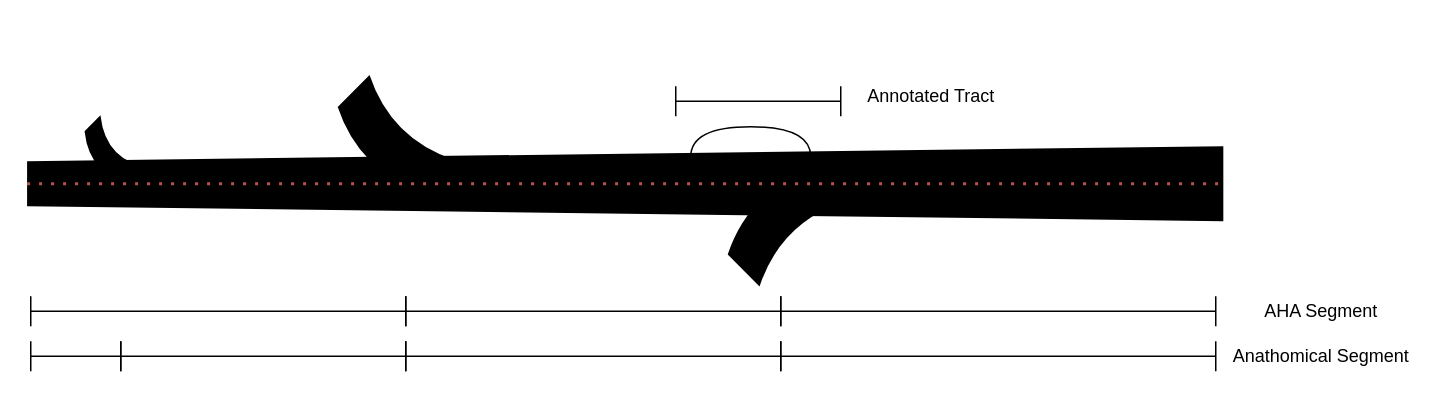
marioviti/Graphs keeps this draw.io diagram as Untitled Diagram.drawio. Above is the earlier version. Source tidied: cells renumbered, new cells numbered last; positions are measured from the earlier drawing's top-left corner, leaving out a move shared by most shapes. Both pictures are drawn from the tidied source at 150%, with x=0, y=0 at pixel (27, -416).
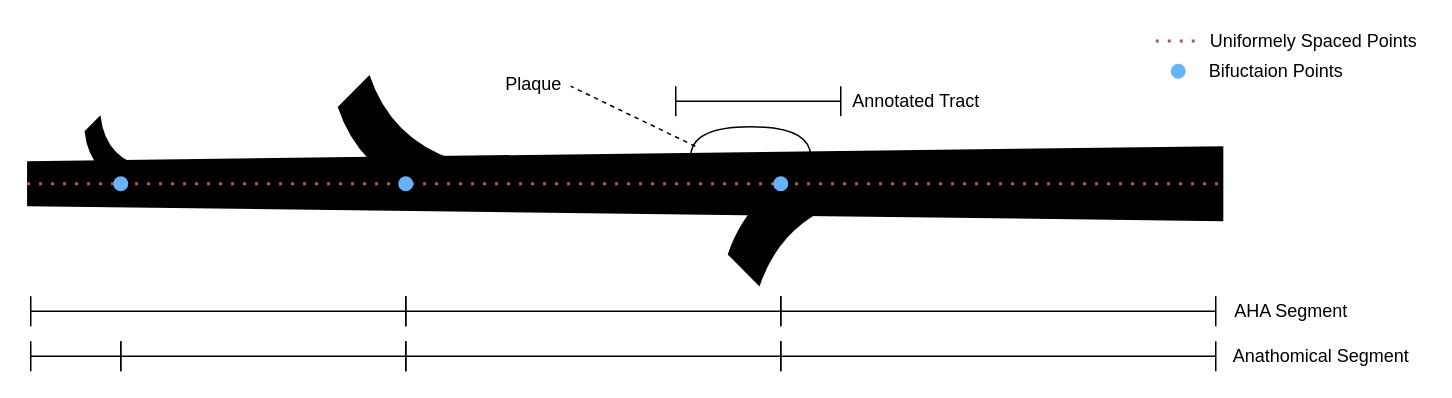
Above is the later version.

The change refers to these unchanged cells:
```xml
<mxCell id="4" style="shape=or;whiteSpace=wrap;html=1;rotation=-90;" parent="1" vertex="1">
  <mxGeometry x="472" y="331" width="20" height="80" as="geometry" />
</mxCell>
```

What changed in the source:
```diff
@@
     <mxCell id="17" value="Annotated Tract" style="text;html=1;align=center;verticalAlign=middle;" parent="1" vertex="1">
-      <mxGeometry x="552" y="331" width="100" height="20" as="geometry" />
+      <mxGeometry x="542" y="334" width="100" height="20" as="geometry" />
     </mxCell>
@@
     <mxCell id="19" value="AHA Segment" style="text;html=1;align=center;verticalAlign=middle;" parent="1" vertex="1">
-      <mxGeometry x="817" y="474" width="90" height="20" as="geometry" />
+      <mxGeometry x="797" y="474" width="90" height="20" as="geometry" />
     </mxCell>
+    <mxCell id="20" style="ellipse;whiteSpace=wrap;html=1;fillColor=#66B2FF;strokeColor=none;" parent="1" vertex="1">
+      <mxGeometry x="247" y="394" width="10" height="10" as="geometry" />
+    </mxCell>
+    <mxCell id="21" style="ellipse;whiteSpace=wrap;html=1;fillColor=#66B2FF;strokeColor=none;" parent="1" vertex="1">
+      <mxGeometry x="57" y="394" width="10" height="10" as="geometry" />
+    </mxCell>
+    <mxCell id="22" style="ellipse;whiteSpace=wrap;html=1;fillColor=#66B2FF;strokeColor=none;" parent="1" vertex="1">
+      <mxGeometry x="497" y="394" width="10" height="10" as="geometry" />
+    </mxCell>
+    <mxCell id="23" style="ellipse;whiteSpace=wrap;html=1;fillColor=#66B2FF;strokeColor=none;" parent="1" vertex="1">
+      <mxGeometry x="762" y="319" width="10" height="10" as="geometry" />
+    </mxCell>
+    <mxCell id="24" value="Bifuctaion Points" style="text;html=1;align=center;verticalAlign=middle;" parent="1" vertex="1">
+      <mxGeometry x="782" y="314" width="100" height="20" as="geometry" />
+    </mxCell>
+    <mxCell id="25" style="endArrow=none;dashed=1;html=1;dashPattern=1 3;strokeWidth=2;fillColor=#f8cecc;strokeColor=#b85450;" parent="1" edge="1">
+      <mxGeometry relative="1" as="geometry">
+        <mxPoint x="752" y="303.9" as="sourcePoint" />
+        <mxPoint x="782" y="303.9" as="targetPoint" />
+      </mxGeometry>
+    </mxCell>
+    <mxCell id="26" value="Uniformely Spaced Points" style="text;html=1;align=center;verticalAlign=middle;" parent="1" vertex="1">
+      <mxGeometry x="782" y="294" width="150" height="20" as="geometry" />
+    </mxCell>
+    <mxCell id="27" value="Plaque" style="text;html=1;align=center;verticalAlign=middle;" parent="1" vertex="1">
+      <mxGeometry x="312" y="323" width="50" height="20" as="geometry" />
+    </mxCell>
+    <mxCell id="28" style="endArrow=none;html=1;exitX=0.349;exitY=0.038;exitDx=0;exitDy=0;exitPerimeter=0;dashed=1;" parent="1" edge="1" source="4">
+      <mxGeometry relative="1" as="geometry">
+        <mxPoint x="362" y="334" as="targetPoint" />
+      </mxGeometry>
+    </mxCell>
```
